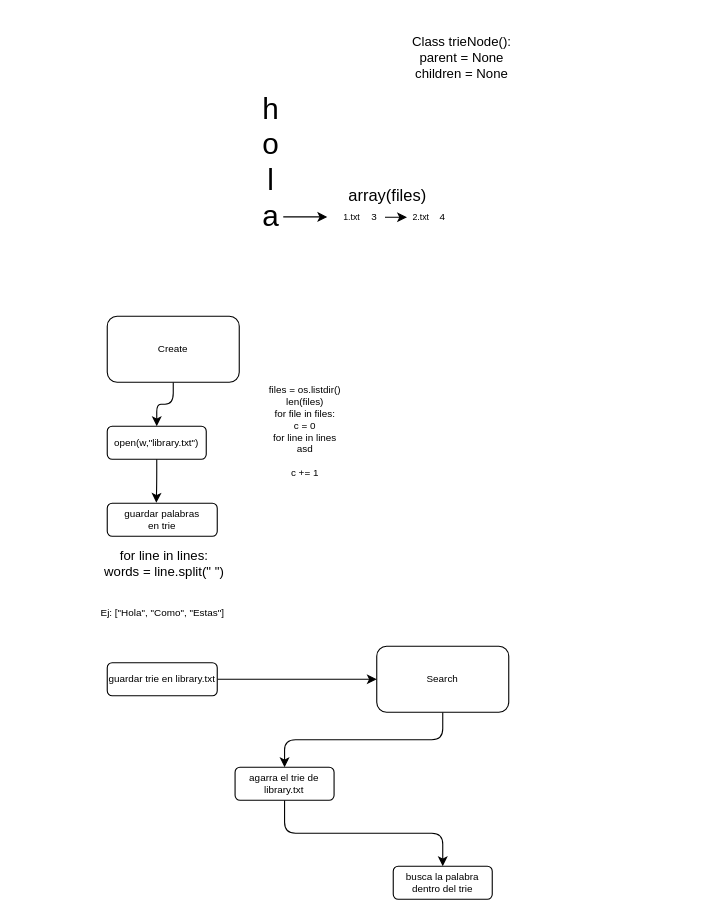
The draw.io diagram diagram.drawio in LCC-AyED2-2021/proyecto-grupo7, before the edit. Source tidied: cells renumbered, new cells numbered last; positions are measured from the earlier drawing's top-left corner, leaving out a move shared by most shapes. Both pictures are drawn from the tidied source at 110%, with x=0, y=0 at pixel (87, 19).
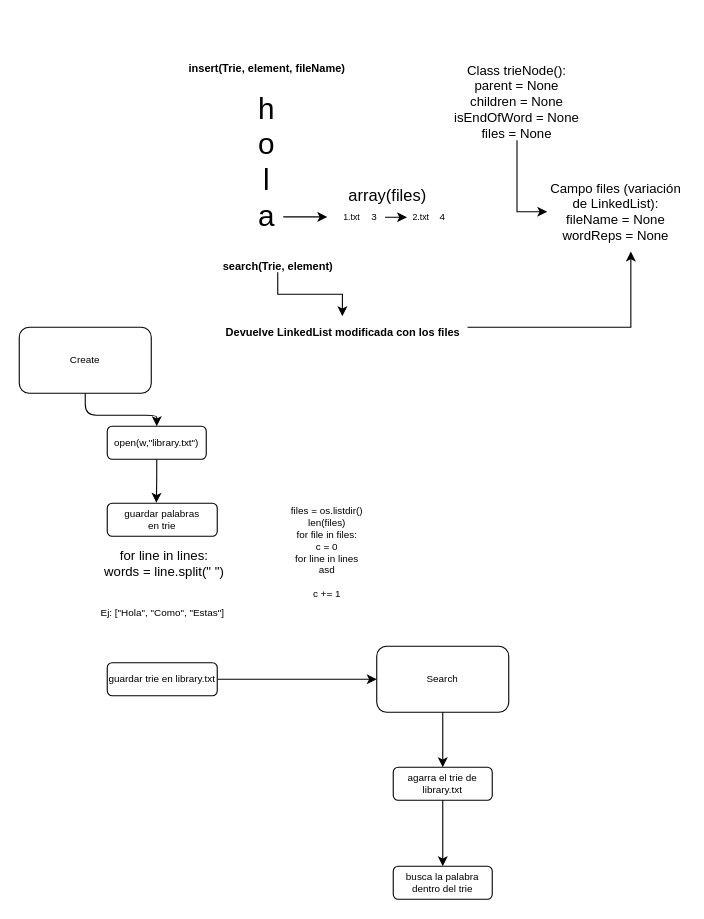
After the change.

What changed in the source:
```diff
@@
     <mxCell id="2" value="h&lt;br style=&quot;font-size: 27px;&quot;&gt;o&lt;br style=&quot;font-size: 27px;&quot;&gt;l&lt;br style=&quot;font-size: 27px;&quot;&gt;a" style="text;html=1;strokeColor=none;fillColor=none;align=center;verticalAlign=middle;whiteSpace=wrap;fontSize=27;rounded=1;" parent="1" vertex="1">
-      <mxGeometry x="121.8" y="70" width="90" height="120" as="geometry" />
+      <mxGeometry x="118" y="70" width="90" height="120" as="geometry" />
     </mxCell>
@@
     <mxCell id="10" value="files = os.listdir()&lt;br&gt;len(files)&lt;br&gt;for file in files:&lt;br&gt;c = 0&lt;br&gt;for line in lines&lt;br&gt;asd&lt;br&gt;&lt;br&gt;c += 1" style="text;html=1;strokeColor=none;fillColor=none;align=center;verticalAlign=middle;whiteSpace=wrap;fontSize=9;rounded=1;" parent="1" vertex="1">
-      <mxGeometry x="138" y="330" width="120" height="90" as="geometry" />
+      <mxGeometry x="158" y="440" width="120" height="90" as="geometry" />
     </mxCell>
@@
     <mxCell id="12" value="Create" style="whiteSpace=wrap;html=1;fontSize=9;rounded=1;" parent="1" vertex="1">
-      <mxGeometry x="18" y="270" width="120" height="60" as="geometry" />
+      <mxGeometry x="-62" y="280" width="120" height="60" as="geometry" />
     </mxCell>
@@
     <mxCell id="21" value="agarra el trie de library.txt" style="whiteSpace=wrap;html=1;fontSize=9;rounded=1;" parent="1" vertex="1">
-      <mxGeometry x="134.2" y="680" width="90" height="30" as="geometry" />
+      <mxGeometry x="278" y="680" width="90" height="30" as="geometry" />
     </mxCell>
@@
+    <mxCell id="26" style="edgeStyle=orthogonalEdgeStyle;rounded=0;jettySize=auto;html=1;entryX=0;entryY=0.5;entryDx=0;entryDy=0;" parent="1" edge="1" source="25" target="27">
+      <mxGeometry relative="1" as="geometry" />
+    </mxCell>
-    <mxCell id="25" value="Class trieNode():&lt;br&gt;parent = None&lt;br&gt;children = None&lt;br&gt;" style="text;html=1;strokeColor=none;fillColor=none;align=center;verticalAlign=middle;whiteSpace=wrap;rounded=0;" parent="1" vertex="1">
-      <mxGeometry x="278" width="125" height="70" as="geometry" />
+    <mxCell id="25" value="Class trieNode():&lt;br&gt;parent = None&lt;br&gt;children = None&lt;br&gt;isEndOfWord = None&lt;br&gt;files = None" style="text;html=1;strokeColor=none;fillColor=none;align=center;verticalAlign=middle;whiteSpace=wrap;rounded=0;" parent="1" vertex="1">
+      <mxGeometry x="328" y="40" width="125" height="70" as="geometry" />
     </mxCell>
+    <mxCell id="27" value="Campo files (variación de LinkedList):&lt;br&gt;fileName = None&lt;br&gt;wordReps = None" style="text;html=1;strokeColor=none;fillColor=none;align=center;verticalAlign=middle;whiteSpace=wrap;rounded=0;" parent="1" vertex="1">
+      <mxGeometry x="418" y="140" width="125" height="70" as="geometry" />
+    </mxCell>
+    <mxCell id="28" value="&lt;font size=&quot;1&quot;&gt;insert(Trie, element, fileName)&lt;/font&gt;" style="text;strokeColor=none;fillColor=none;html=1;fontSize=24;fontStyle=1;verticalAlign=middle;align=center;" parent="1" vertex="1">
+      <mxGeometry x="75.5" y="30" width="175" height="20" as="geometry" />
+    </mxCell>
+    <mxCell id="29" style="edgeStyle=orthogonalEdgeStyle;rounded=0;jettySize=auto;html=1;entryX=0.5;entryY=0;entryDx=0;entryDy=0;" parent="1" edge="1" source="30" target="32">
+      <mxGeometry relative="1" as="geometry" />
+    </mxCell>
+    <mxCell id="30" value="&lt;font size=&quot;1&quot;&gt;search(Trie, element)&lt;/font&gt;" style="text;strokeColor=none;fillColor=none;html=1;fontSize=24;fontStyle=1;verticalAlign=middle;align=center;" parent="1" vertex="1">
+      <mxGeometry x="98" y="210" width="150" height="20" as="geometry" />
+    </mxCell>
+    <mxCell id="31" style="edgeStyle=orthogonalEdgeStyle;rounded=0;jettySize=auto;html=1;entryX=0.608;entryY=1.016;entryDx=0;entryDy=0;entryPerimeter=0;" parent="1" edge="1" source="32" target="27">
+      <mxGeometry relative="1" as="geometry" />
+    </mxCell>
+    <mxCell id="32" value="&lt;font size=&quot;1&quot;&gt;Devuelve LinkedList modificada con los files&lt;/font&gt;" style="text;strokeColor=none;fillColor=none;html=1;fontSize=24;fontStyle=1;verticalAlign=middle;align=center;" parent="1" vertex="1">
+      <mxGeometry x="118" y="270" width="227.5" height="20" as="geometry" />
+    </mxCell>
```
